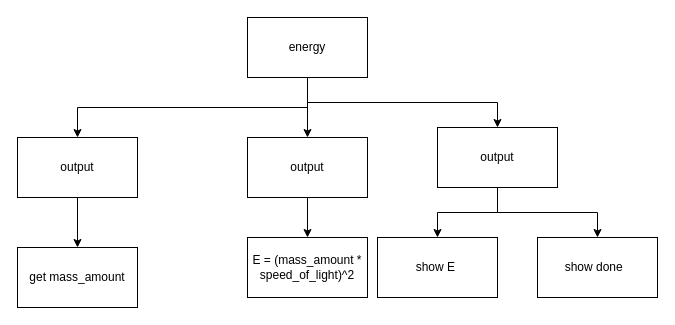
Before: topdown.drawio in devin-jhu/ics4u-unit1-02-typescript, a draw.io diagram. Source tidied: cells renumbered, new cells numbered last; positions are measured from the earlier drawing's top-left corner, leaving out a move shared by most shapes. Both pictures are drawn from the tidied source at 100%, with x=0, y=0 at pixel (17, 17).
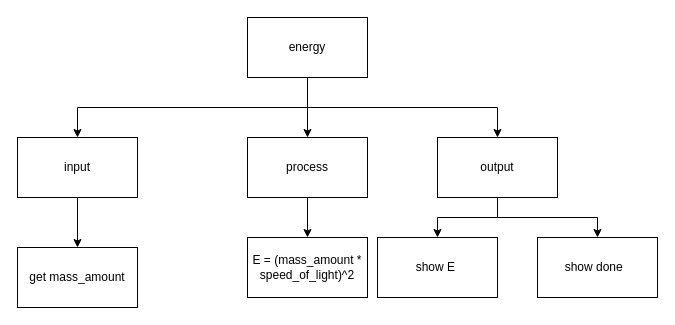
Above is the later version.

What changed in the source:
```diff
@@
 <mxGraphModel>
   <root>
     <mxCell id="0" />
     <mxCell id="1" parent="0" />
     <mxCell id="2" style="edgeStyle=orthogonalEdgeStyle;html=1;exitX=0.5;exitY=1;exitDx=0;exitDy=0;entryX=0.5;entryY=0;entryDx=0;entryDy=0;rounded=0;" parent="1" edge="1" source="5" target="8">
       <mxGeometry relative="1" as="geometry" />
     </mxCell>
     <mxCell id="3" style="edgeStyle=orthogonalEdgeStyle;shape=connector;rounded=0;html=1;exitX=0.5;exitY=1;exitDx=0;exitDy=0;entryX=0.5;entryY=0;entryDx=0;entryDy=0;labelBackgroundColor=default;fontFamily=Helvetica;fontSize=11;fontColor=default;endArrow=classic;strokeColor=default;" parent="1" edge="1" source="5" target="12">
       <mxGeometry relative="1" as="geometry" />
     </mxCell>
     <mxCell id="4" style="edgeStyle=orthogonalEdgeStyle;shape=connector;rounded=0;html=1;exitX=0.5;exitY=1;exitDx=0;exitDy=0;entryX=0.5;entryY=0;entryDx=0;entryDy=0;labelBackgroundColor=default;fontFamily=Helvetica;fontSize=11;fontColor=default;endArrow=classic;strokeColor=default;" parent="1" edge="1" source="5" target="14">
       <mxGeometry relative="1" as="geometry" />
     </mxCell>
     <mxCell id="5" value="energy" style="rounded=0;whiteSpace=wrap;html=1;" parent="1" vertex="1">
       <mxGeometry x="230" width="120" height="60" as="geometry" />
     </mxCell>
     <mxCell id="6" style="edgeStyle=orthogonalEdgeStyle;rounded=0;html=1;exitX=0.5;exitY=1;exitDx=0;exitDy=0;entryX=0.5;entryY=0;entryDx=0;entryDy=0;" parent="1" edge="1" source="8" target="9">
       <mxGeometry relative="1" as="geometry" />
     </mxCell>
     <mxCell id="7" style="edgeStyle=orthogonalEdgeStyle;rounded=0;html=1;exitX=0.5;exitY=1;exitDx=0;exitDy=0;entryX=0.5;entryY=0;entryDx=0;entryDy=0;" parent="1" edge="1" source="8" target="10">
       <mxGeometry relative="1" as="geometry" />
     </mxCell>
     <mxCell id="8" value="output" style="rounded=0;whiteSpace=wrap;html=1;" parent="1" vertex="1">
-      <mxGeometry x="420" y="110" width="120" height="60" as="geometry" />
+      <mxGeometry x="420" y="120" width="120" height="60" as="geometry" />
     </mxCell>
     <mxCell id="9" value="show E&amp;nbsp;" style="rounded=0;whiteSpace=wrap;html=1;" parent="1" vertex="1">
       <mxGeometry x="360" y="220" width="120" height="60" as="geometry" />
     </mxCell>
     <mxCell id="10" value="show done&amp;nbsp;&amp;nbsp;" style="rounded=0;whiteSpace=wrap;html=1;" parent="1" vertex="1">
       <mxGeometry x="520" y="220" width="120" height="60" as="geometry" />
     </mxCell>
     <mxCell id="11" style="edgeStyle=orthogonalEdgeStyle;shape=connector;rounded=0;html=1;exitX=0.5;exitY=1;exitDx=0;exitDy=0;labelBackgroundColor=default;fontFamily=Helvetica;fontSize=11;fontColor=default;endArrow=classic;strokeColor=default;" parent="1" edge="1" source="12" target="15">
       <mxGeometry relative="1" as="geometry" />
     </mxCell>
-    <mxCell id="12" value="output" style="rounded=0;whiteSpace=wrap;html=1;" parent="1" vertex="1">
+    <mxCell id="12" value="process" style="rounded=0;whiteSpace=wrap;html=1;" parent="1" vertex="1">
       <mxGeometry x="230" y="120" width="120" height="60" as="geometry" />
     </mxCell>
     <mxCell id="13" style="edgeStyle=orthogonalEdgeStyle;shape=connector;rounded=0;html=1;exitX=0.5;exitY=1;exitDx=0;exitDy=0;labelBackgroundColor=default;fontFamily=Helvetica;fontSize=11;fontColor=default;endArrow=classic;strokeColor=default;" parent="1" edge="1" source="14" target="16">
       <mxGeometry relative="1" as="geometry" />
     </mxCell>
-    <mxCell id="14" value="output" style="rounded=0;whiteSpace=wrap;html=1;" parent="1" vertex="1">
+    <mxCell id="14" value="input" style="rounded=0;whiteSpace=wrap;html=1;" parent="1" vertex="1">
       <mxGeometry y="120" width="120" height="60" as="geometry" />
     </mxCell>
     <mxCell id="15" value="E = (mass_amount * speed_of_light)^2" style="rounded=0;whiteSpace=wrap;html=1;" parent="1" vertex="1">
       <mxGeometry x="230" y="220" width="120" height="60" as="geometry" />
     </mxCell>
     <mxCell id="16" value="get mass_amount" style="rounded=0;whiteSpace=wrap;html=1;" parent="1" vertex="1">
       <mxGeometry y="230" width="120" height="60" as="geometry" />
     </mxCell>
   </root>
 </mxGraphModel>
```
